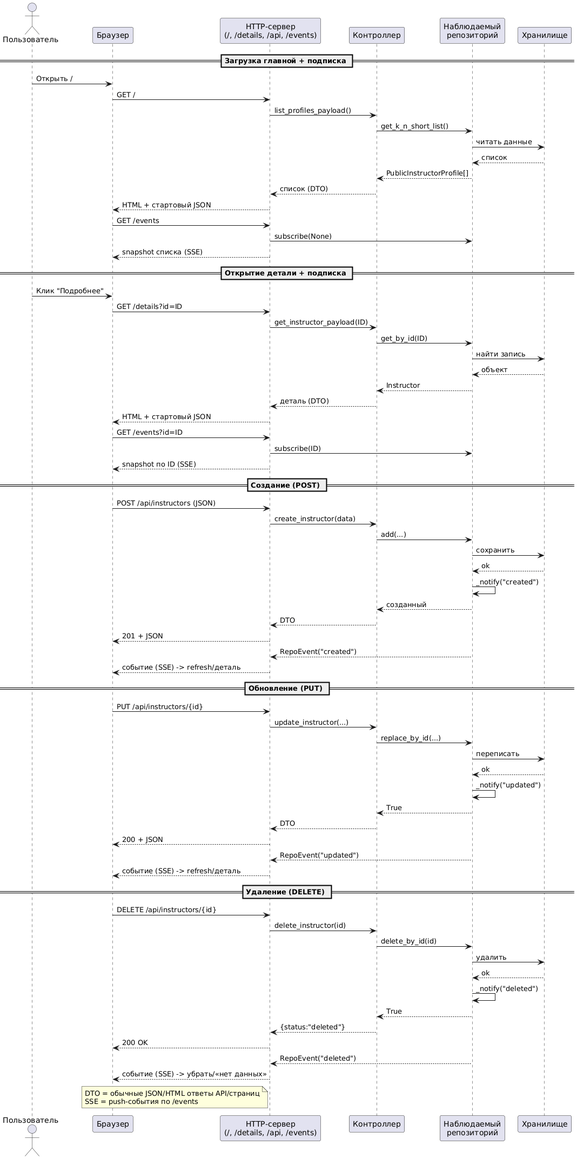
Earlier version of the PlantUML export sequence.png (elfarr/refreshing_courses).
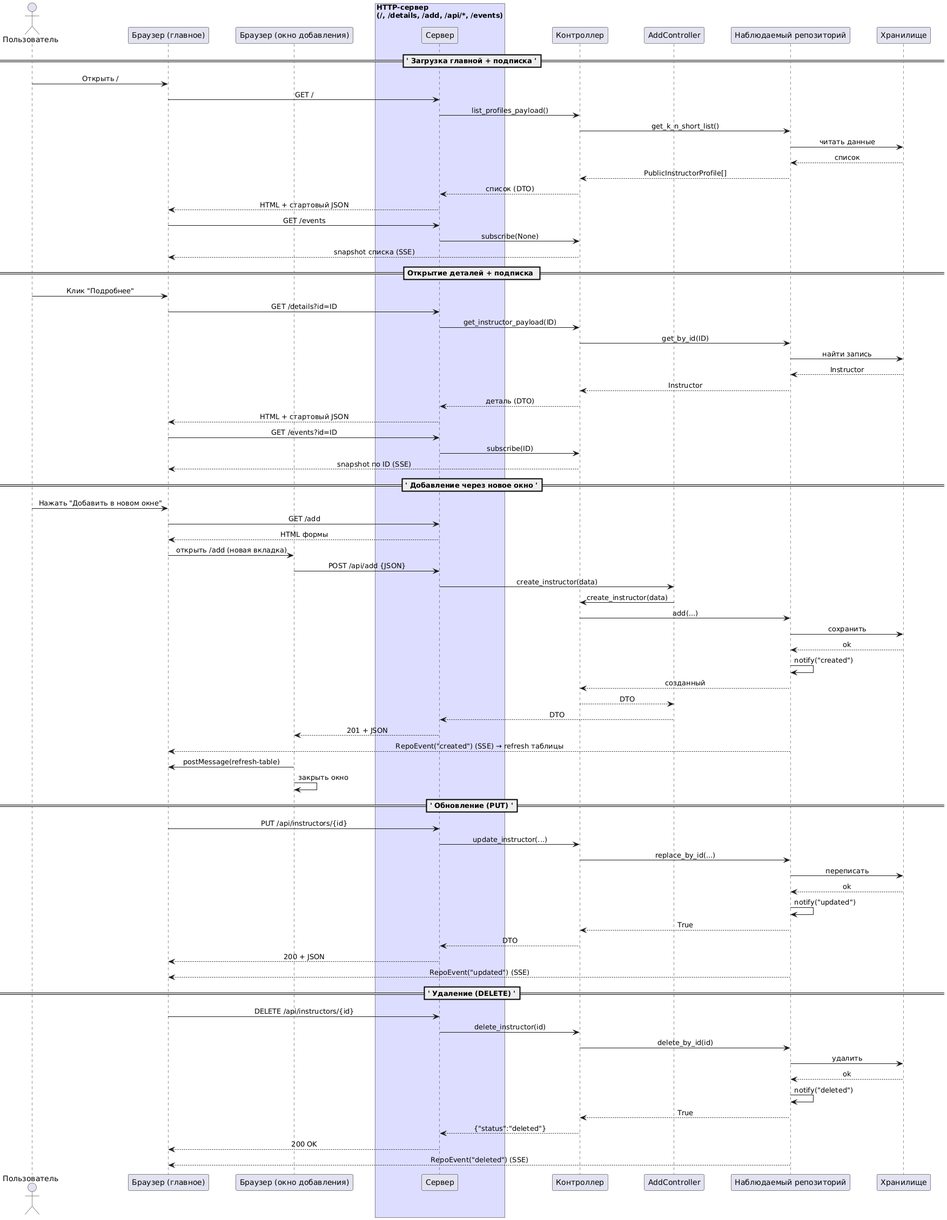
The same diagram one commit later.

Diff of the diagram source:
```diff
@@ -1,80 +1,95 @@
 @startuml
+skinparam ParticipantPadding 20
+skinparam BoxPadding 15
+skinparam sequenceArrowThickness 1
+skinparam sequenceMessageAlign center
+skinparam LifeLineBorderColor #555
+skinparam LifeLineBorderThickness 1
+
 actor Пользователь
-participant "Браузер" as Browser
-participant "HTTP-сервер\n(/, /details, /api, /events)" as HTTP
+participant "Браузер (главное)" as Browser
+participant "Браузер (окно добавления)" as AddWin
+box "HTTP-сервер\n(/, /details, /add, /api/*, /events)" #ddddff
+participant Сервер
+end box
 participant Контроллер
-participant "Наблюдаемый\nрепозиторий" as Repo
+participant AddController
+participant "Наблюдаемый репозиторий" as RepoObs
 participant Хранилище
 
-== Загрузка главной + подписка ==
-Пользователь -> Browser: Открыть /
-Browser -> HTTP: GET /
-HTTP -> Контроллер: list_profiles_payload()
-Контроллер -> Repo: get_k_n_short_list()
-Repo -> Хранилище: читать данные
-Хранилище --> Repo: список
-Repo --> Контроллер: PublicInstructorProfile[]
-Контроллер --> HTTP: список (DTO)
-HTTP --> Browser: HTML + стартовый JSON
-Browser -> HTTP: GET /events
-HTTP -> Repo: subscribe(None)
-HTTP --> Browser: snapshot списка (SSE)
+==' Загрузка главной + подписка '==
+Пользователь -> Browser : Открыть /
+Browser -> Сервер : GET /
 
-== Открытие детали + подписка ==
-Пользователь -> Browser: Клик "Подробнее"
-Browser -> HTTP: GET /details?id=ID
-HTTP -> Контроллер: get_instructor_payload(ID)
-Контроллер -> Repo: get_by_id(ID)
-Repo -> Хранилище: найти запись
-Хранилище --> Repo: объект
-Repo --> Контроллер: Instructor
-Контроллер --> HTTP: деталь (DTO)
-HTTP --> Browser: HTML + стартовый JSON
-Browser -> HTTP: GET /events?id=ID
-HTTP -> Repo: subscribe(ID)
-HTTP --> Browser: snapshot по ID (SSE)
+Сервер -> Контроллер : list_profiles_payload()
+Контроллер -> RepoObs : get_k_n_short_list()
+RepoObs -> Хранилище : читать данные
+Хранилище --> RepoObs : список
+RepoObs --> Контроллер : PublicInstructorProfile[]
+Контроллер --> Сервер : список (DTO)
+Сервер --> Browser : HTML + стартовый JSON
 
-== Создание (POST) ==
-Browser -> HTTP: POST /api/instructors (JSON)
-HTTP -> Контроллер: create_instructor(data)
-Контроллер -> Repo: add(...)
-Repo -> Хранилище: сохранить
-Хранилище --> Repo: ok
-Repo -> Repo: _notify("created")
-Repo --> Контроллер: созданный
-Контроллер --> HTTP: DTO
-HTTP --> Browser: 201 + JSON
-Repo --> HTTP: RepoEvent("created")
-HTTP --> Browser: событие (SSE) -> refresh/деталь
+Browser -> Сервер : GET /events
+Сервер -> Контроллер : subscribe(None)
+Контроллер --> Browser : snapshot списка (SSE)
 
-== Обновление (PUT) ==
-Browser -> HTTP: PUT /api/instructors/{id}
-HTTP -> Контроллер: update_instructor(...)
-Контроллер -> Repo: replace_by_id(...)
-Repo -> Хранилище: переписать
-Хранилище --> Repo: ok
-Repo -> Repo: _notify("updated")
-Repo --> Контроллер: True
-Контроллер --> HTTP: DTO
-HTTP --> Browser: 200 + JSON
-Repo --> HTTP: RepoEvent("updated")
-HTTP --> Browser: событие (SSE) -> refresh/деталь
+== Открытие деталей + подписка ==
+Пользователь -> Browser : Клик "Подробнее"
+Browser -> Сервер : GET /details?id=ID
+Сервер -> Контроллер : get_instructor_payload(ID)
+Контроллер -> RepoObs : get_by_id(ID)
+RepoObs -> Хранилище : найти запись
+Хранилище --> RepoObs : Instructor
+RepoObs --> Контроллер : Instructor
+Контроллер --> Сервер : деталь (DTO)
+Сервер --> Browser : HTML + стартовый JSON
 
-== Удаление (DELETE) ==
-Browser -> HTTP: DELETE /api/instructors/{id}
-HTTP -> Контроллер: delete_instructor(id)
-Контроллер -> Repo: delete_by_id(id)
-Repo -> Хранилище: удалить
-Хранилище --> Repo: ok
-Repo -> Repo: _notify("deleted")
-Repo --> Контроллер: True
-Контроллер --> HTTP: {status:"deleted"}
-HTTP --> Browser: 200 OK
-Repo --> HTTP: RepoEvent("deleted")
-HTTP --> Browser: событие (SSE) -> убрать/«нет данных»
+Browser -> Сервер : GET /events?id=ID
+Сервер -> Контроллер : subscribe(ID)
+Контроллер --> Browser : snapshot по ID (SSE)
 
-note left of HTTP
-DTO = обычные JSON/HTML ответы API/страниц
-SSE = push-события по /events
-end note
+==' Добавление через новое окно '==
+Пользователь -> Browser : Нажать "Добавить в новом окне"
+Browser -> Сервер : GET /add
+Сервер --> Browser : HTML формы
+Browser -> AddWin : открыть /add (новая вкладка)
+
+AddWin -> Сервер : POST /api/add {JSON}
+Сервер -> AddController : create_instructor(data)
+AddController -> Контроллер : create_instructor(data)
+Контроллер -> RepoObs : add(...)
+RepoObs -> Хранилище : сохранить
+Хранилище --> RepoObs : ok
+RepoObs -> RepoObs : notify("created")
+RepoObs --> Контроллер : созданный
+Контроллер --> AddController : DTO
+AddController --> Сервер : DTO
+Сервер --> AddWin : 201 + JSON
+RepoObs --> Browser : RepoEvent("created") (SSE) → refresh таблицы
+AddWin -> Browser : postMessage(refresh-table)
+AddWin -> AddWin : закрыть окно
+
+==' Обновление (PUT) '==
+Browser -> Сервер : PUT /api/instructors/{id}
+Сервер -> Контроллер : update_instructor(...)
+Контроллер -> RepoObs : replace_by_id(...)
+RepoObs -> Хранилище : переписать
+Хранилище --> RepoObs : ok
+RepoObs -> RepoObs : notify("updated")
+RepoObs --> Контроллер : True
+Контроллер --> Сервер : DTO
+Сервер --> Browser : 200 + JSON
+RepoObs --> Browser : RepoEvent("updated") (SSE)
+
+==' Удаление (DELETE) '==
+Browser -> Сервер : DELETE /api/instructors/{id}
+Сервер -> Контроллер : delete_instructor(id)
+Контроллер -> RepoObs : delete_by_id(id)
+RepoObs -> Хранилище : удалить
+Хранилище --> RepoObs : ok
+RepoObs -> RepoObs : notify("deleted")
+RepoObs --> Контроллер : True
+Контроллер --> Сервер : {"status":"deleted"}
+Сервер --> Browser : 200 OK
+RepoObs --> Browser : RepoEvent("deleted") (SSE)
 @enduml
```
